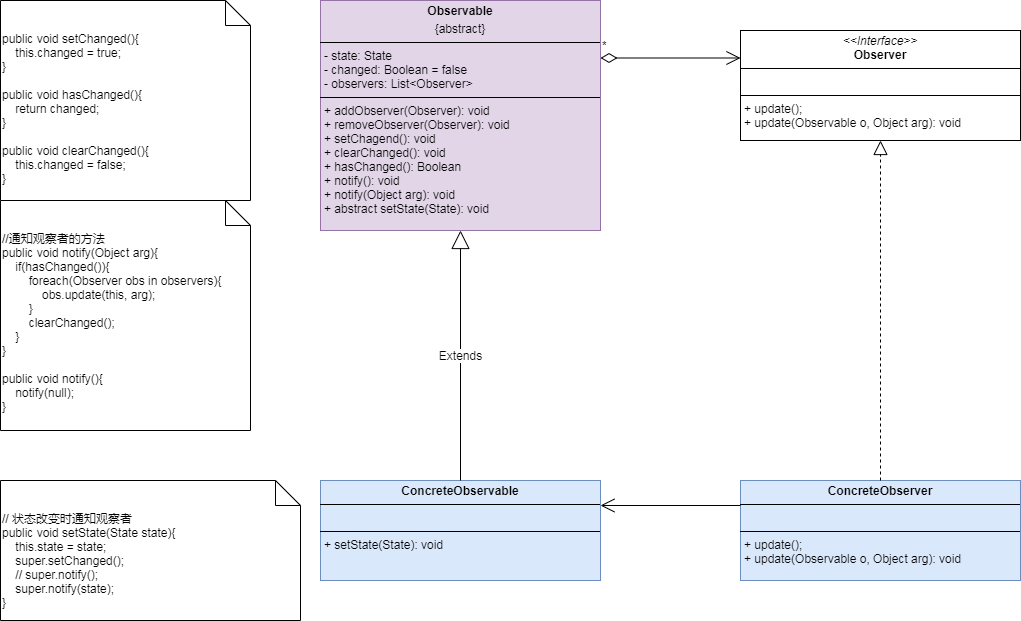
The draw.io diagram assets/pictures/design-patterns/Pattern-Observer.drawio.png in sustamp/sustamp.github.io, before a commit. Source tidied: cells renumbered, new cells last; positions are measured from the earlier drawing's top-left corner, leaving out a move shared by most shapes.
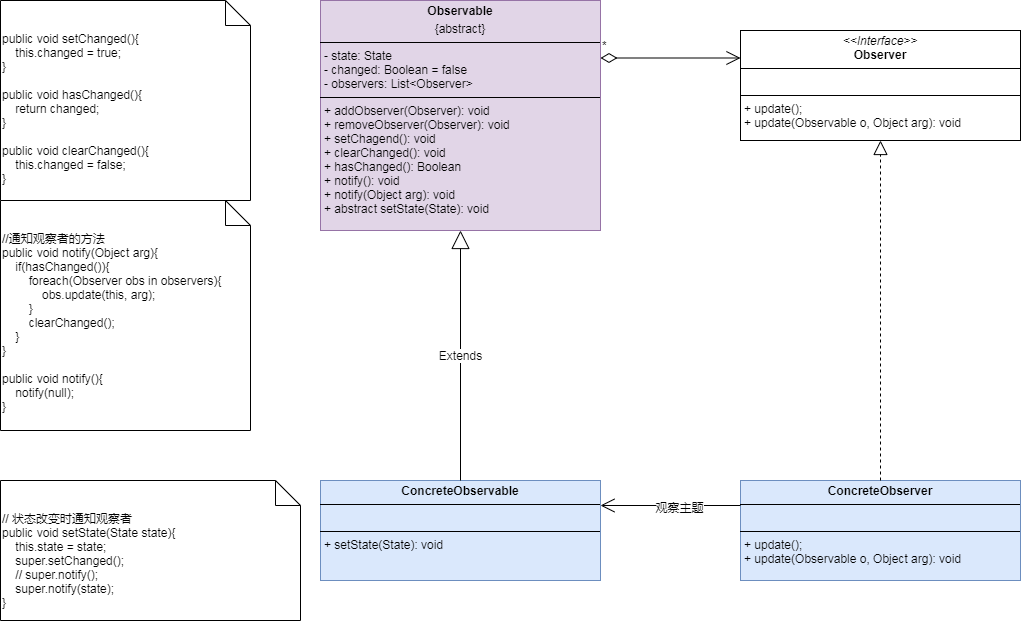
After the commit.

Commit message:
设计模式-命令模式

What changed in the source:
```diff
@@ -35,5 +35,8 @@
     <mxCell id="12" style="endArrow=open;endFill=1;endSize=12;html=1;rounded=0;entryX=1;entryY=0.25;entryDx=0;entryDy=0;exitX=0;exitY=0.25;exitDx=0;exitDy=0;" parent="1" edge="1" source="8" target="3">
       <mxGeometry relative="1" as="geometry" />
     </mxCell>
+    <mxCell id="13" value="观察主题" style="edgeLabel;html=1;align=center;verticalAlign=middle;" parent="12" vertex="1">
+      <mxGeometry x="-0.11" y="1" relative="1" as="geometry" />
+    </mxCell>
   </root>
 </mxGraphModel>
```
